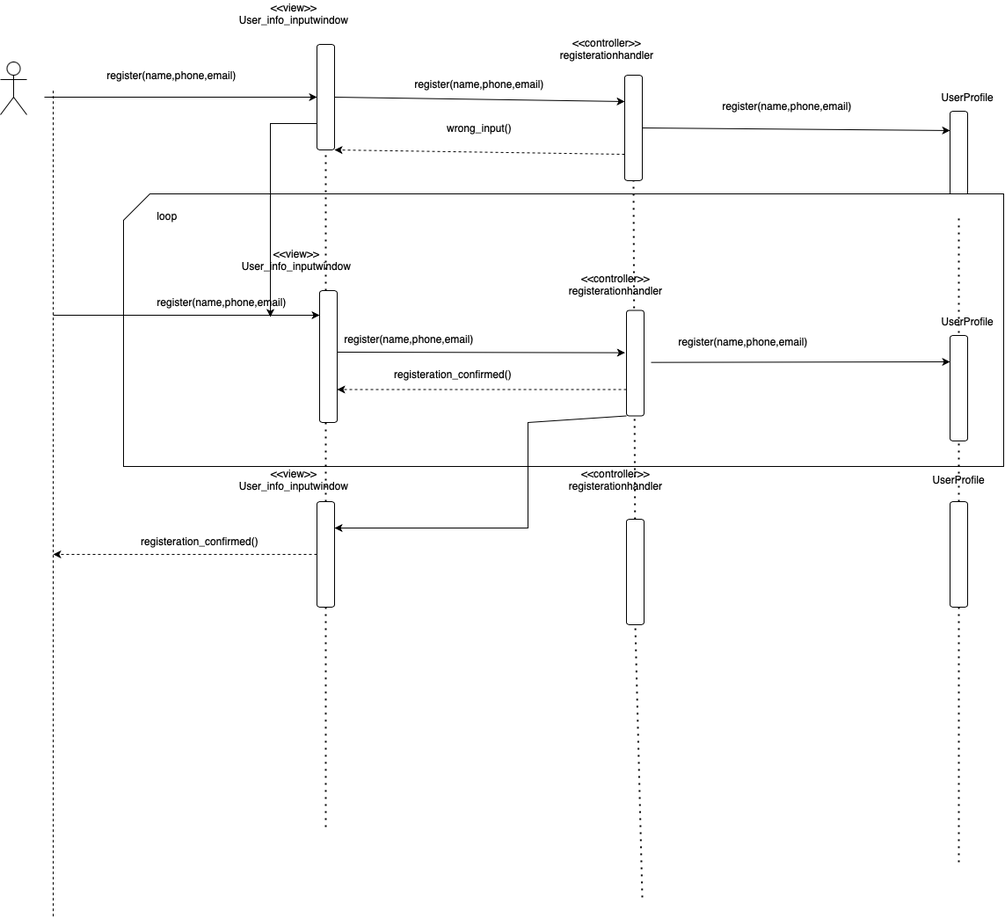
Above: software engineering/deliverable 5/SD/cust register.drawio.png in YousseFaltas/SW-Database-management (draw.io), before the change. Source tidied: cells renumbered, new cells last; positions are measured from the earlier drawing's top-left corner, leaving out a move shared by most shapes.
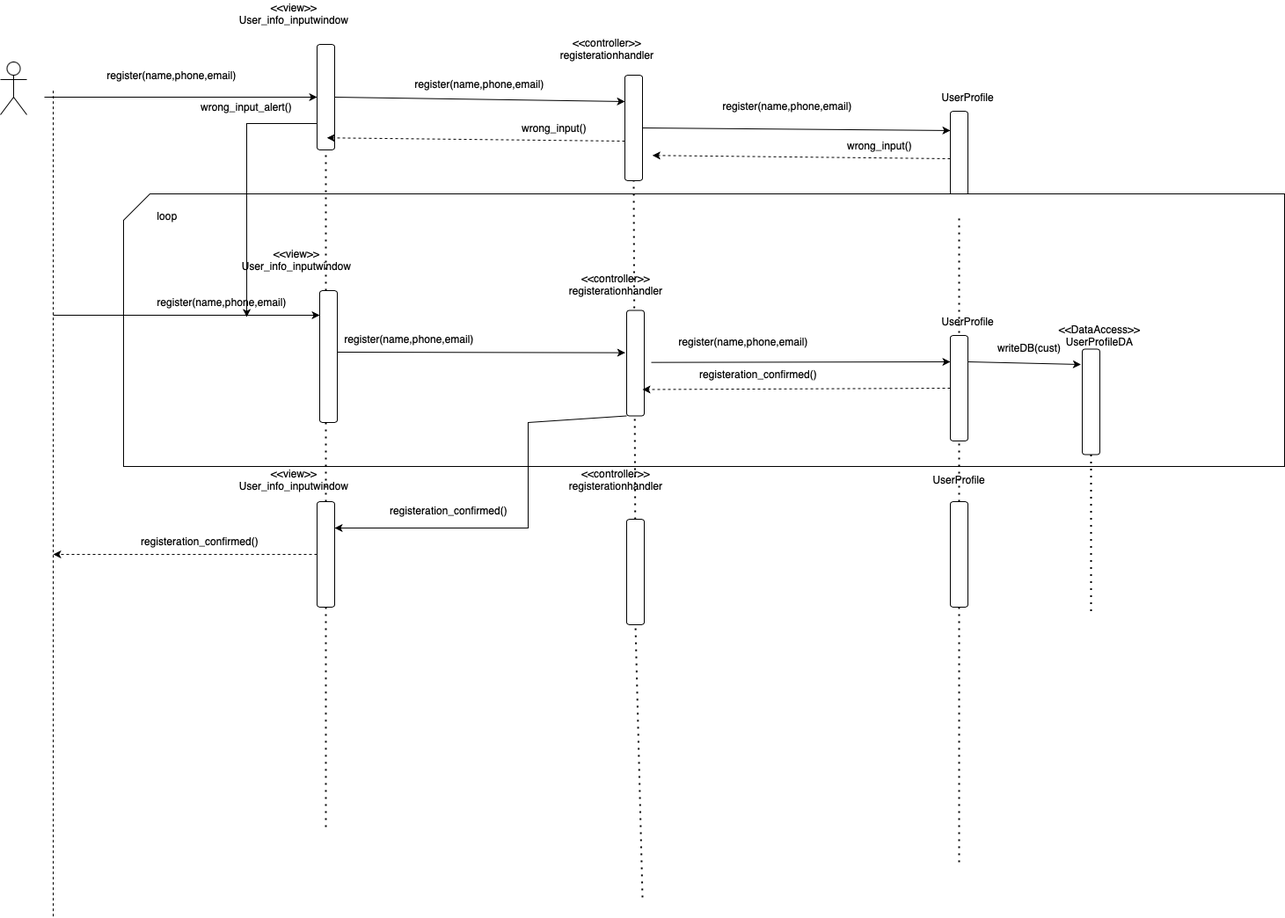
After the commit.

The edit, as a diff of the source:
```diff
@@ -50,7 +50,7 @@
       <mxGeometry x="840" y="85" width="110" height="70" as="geometry" />
     </mxCell>
     <mxCell id="16" style="shape=card;whiteSpace=wrap;html=1;" parent="1" vertex="1">
-      <mxGeometry x="140" y="220" width="1001" height="310" as="geometry" />
+      <mxGeometry x="140" y="220" width="1320" height="310" as="geometry" />
     </mxCell>
     <mxCell id="17" style="endArrow=none;dashed=1;html=1;dashPattern=1 3;strokeWidth=2;rounded=0;entryX=1;entryY=0.5;entryDx=0;entryDy=0;" parent="1" edge="1" source="37" target="5">
       <mxGeometry relative="1" as="geometry" />
@@ -140,7 +140,7 @@
       <mxGeometry x="410" y="350" width="110" height="70" as="geometry" />
     </mxCell>
     <mxCell id="41" value="registeration_confirmed()" style="text;html=1;align=center;verticalAlign=middle;whiteSpace=wrap;rounded=0;" parent="1" vertex="1">
-      <mxGeometry x="460" y="390" width="110" height="70" as="geometry" />
+      <mxGeometry x="807" y="390" width="110" height="70" as="geometry" />
     </mxCell>
     <mxCell id="42" style="endArrow=classic;html=1;rounded=0;exitX=1;exitY=1;exitDx=0;exitDy=0;entryX=0.25;entryY=0;entryDx=0;entryDy=0;" parent="1" edge="1" source="23" target="37">
       <mxGeometry relative="1" as="geometry">
@@ -150,22 +150,11 @@
         </Array>
       </mxGeometry>
     </mxCell>
-    <mxCell id="43" style="html=1;labelBackgroundColor=#ffffff;startArrow=none;startFill=0;startSize=6;endArrow=classic;endFill=1;endSize=6;jettySize=auto;strokeWidth=1;dashed=1;fontSize=14;rounded=0;exitX=0.75;exitY=1;exitDx=0;exitDy=0;entryX=0.75;entryY=0;entryDx=0;entryDy=0;" parent="1" edge="1" source="23" target="20">
-      <mxGeometry relative="1" as="geometry" />
+    <mxCell id="43" style="html=1;labelBackgroundColor=#ffffff;startArrow=none;startFill=0;startSize=6;endArrow=classic;endFill=1;endSize=6;jettySize=auto;strokeWidth=1;dashed=1;fontSize=14;rounded=0;exitX=0.5;exitY=1;exitDx=0;exitDy=0;entryX=0.75;entryY=0;entryDx=0;entryDy=0;" parent="1" edge="1" source="25">
+      <mxGeometry relative="1" as="geometry">
+        <mxPoint x="730" y="442.5" as="targetPoint" />
+      </mxGeometry>
     </mxCell>
-    <mxCell id="44" style="html=1;labelBackgroundColor=#ffffff;startArrow=none;startFill=0;startSize=6;endArrow=classic;endFill=1;endSize=6;jettySize=auto;strokeWidth=1;dashed=1;fontSize=14;rounded=0;exitX=0.75;exitY=1;exitDx=0;exitDy=0;entryX=1;entryY=0;entryDx=0;entryDy=0;" parent="1" edge="1" source="7" target="5">
-      <mxGeometry relative="1" as="geometry" />
-    </mxCell>
-    <mxCell id="45" value="wrong_input()" style="text;html=1;align=center;verticalAlign=middle;whiteSpace=wrap;rounded=0;" parent="1" vertex="1">
-      <mxGeometry x="515" y="130" width="60" height="30" as="geometry" />
-    </mxCell>
-    <mxCell id="46" style="endArrow=classic;html=1;rounded=0;exitX=0.75;exitY=1;exitDx=0;exitDy=0;entryX=1;entryY=0.75;entryDx=0;entryDy=0;" parent="1" edge="1" source="5" target="39">
-      <mxGeometry relative="1" as="geometry">
-        <Array as="points">
-          <mxPoint x="307" y="140" />
-        </Array>
-      </mxGeometry>
-    </mxCell>
     <mxCell id="47" style="html=1;labelBackgroundColor=#ffffff;startArrow=none;startFill=0;startSize=6;endArrow=classic;endFill=1;endSize=6;jettySize=auto;strokeWidth=1;dashed=1;fontSize=14;rounded=0;exitX=0.5;exitY=1;exitDx=0;exitDy=0;" parent="1" edge="1" source="37">
       <mxGeometry relative="1" as="geometry">
         <mxPoint x="60" y="630" as="targetPoint" />
@@ -177,5 +166,53 @@
     <mxCell id="49" value="register(name,phone,email)" style="text;html=1;align=center;verticalAlign=middle;whiteSpace=wrap;rounded=0;" parent="1" vertex="1">
       <mxGeometry x="790" y="352.5" width="110" height="70" as="geometry" />
     </mxCell>
+    <mxCell id="50" style="rounded=1;whiteSpace=wrap;html=1;direction=south;" parent="1" vertex="1">
+      <mxGeometry x="1230" y="396.5" width="20" height="120" as="geometry" />
+    </mxCell>
+    <mxCell id="51" value="&amp;lt;&amp;lt;DataAccess&amp;gt;&amp;gt;&lt;div&gt;UserProfileDA&lt;/div&gt;" style="text;html=1;align=center;verticalAlign=middle;whiteSpace=wrap;rounded=0;" parent="1" vertex="1">
+      <mxGeometry x="1220" y="365.5" width="60" height="30" as="geometry" />
+    </mxCell>
+    <mxCell id="52" style="html=1;labelBackgroundColor=#ffffff;startArrow=none;startFill=0;startSize=6;endArrow=classic;endFill=1;endSize=6;jettySize=auto;orthogonalLoop=1;strokeWidth=1;dashed=1;fontSize=14;rounded=0;entryX=0.873;entryY=-0.064;entryDx=0;entryDy=0;entryPerimeter=0;" parent="1" edge="1">
+      <mxGeometry relative="1" as="geometry">
+        <mxPoint x="710" y="160" as="sourcePoint" />
+        <mxPoint x="371.3" y="156.3" as="targetPoint" />
+      </mxGeometry>
+    </mxCell>
+    <mxCell id="53" value="wrong_input()" style="text;html=1;align=center;verticalAlign=middle;whiteSpace=wrap;rounded=0;" parent="1" vertex="1">
+      <mxGeometry x="600" y="130" width="60" height="30" as="geometry" />
+    </mxCell>
+    <mxCell id="54" value="wrong_input()" style="text;html=1;align=center;verticalAlign=middle;whiteSpace=wrap;rounded=0;" parent="1" vertex="1">
+      <mxGeometry x="970" y="150" width="60" height="30" as="geometry" />
+    </mxCell>
+    <mxCell id="55" style="html=1;labelBackgroundColor=#ffffff;startArrow=none;startFill=0;startSize=6;endArrow=classic;endFill=1;endSize=6;jettySize=auto;orthogonalLoop=1;strokeWidth=1;dashed=1;fontSize=14;rounded=0;entryX=0.873;entryY=-0.064;entryDx=0;entryDy=0;entryPerimeter=0;" parent="1" edge="1">
+      <mxGeometry relative="1" as="geometry">
+        <mxPoint x="1080" y="180" as="sourcePoint" />
+        <mxPoint x="741.3" y="176.3" as="targetPoint" />
+      </mxGeometry>
+    </mxCell>
+    <mxCell id="46" style="endArrow=classic;html=1;rounded=0;exitX=0.75;exitY=1;exitDx=0;exitDy=0;entryX=0.755;entryY=0.75;entryDx=0;entryDy=0;entryPerimeter=0;" parent="1" edge="1" source="5" target="39">
+      <mxGeometry relative="1" as="geometry">
+        <Array as="points">
+          <mxPoint x="280" y="140" />
+        </Array>
+      </mxGeometry>
+    </mxCell>
+    <mxCell id="56" value="wrong_input_alert()" style="text;html=1;align=center;verticalAlign=middle;whiteSpace=wrap;rounded=0;" parent="1" vertex="1">
+      <mxGeometry x="250" y="106" width="60" height="30" as="geometry" />
+    </mxCell>
+    <mxCell id="57" style="endArrow=classic;html=1;rounded=0;entryX=0.146;entryY=1.079;entryDx=0;entryDy=0;exitX=0.25;exitY=0;exitDx=0;exitDy=0;entryPerimeter=0;" parent="1" edge="1" source="25" target="50">
+      <mxGeometry relative="1" as="geometry" />
+    </mxCell>
+    <mxCell id="58" value="writeDB(cust)" style="text;html=1;align=center;verticalAlign=middle;whiteSpace=wrap;rounded=0;" parent="1" vertex="1">
+      <mxGeometry x="1140" y="380" width="60" height="30" as="geometry" />
+    </mxCell>
+    <mxCell id="59" style="endArrow=none;dashed=1;html=1;dashPattern=1 3;strokeWidth=2;rounded=0;" parent="1" edge="1" source="50">
+      <mxGeometry relative="1" as="geometry">
+        <mxPoint x="1240" y="700" as="targetPoint" />
+      </mxGeometry>
+    </mxCell>
+    <mxCell id="60" value="registeration_confirmed()" style="text;html=1;align=center;verticalAlign=middle;whiteSpace=wrap;rounded=0;" parent="1" vertex="1">
+      <mxGeometry x="480" y="565" width="60" height="30" as="geometry" />
+    </mxCell>
   </root>
 </mxGraphModel>
```
